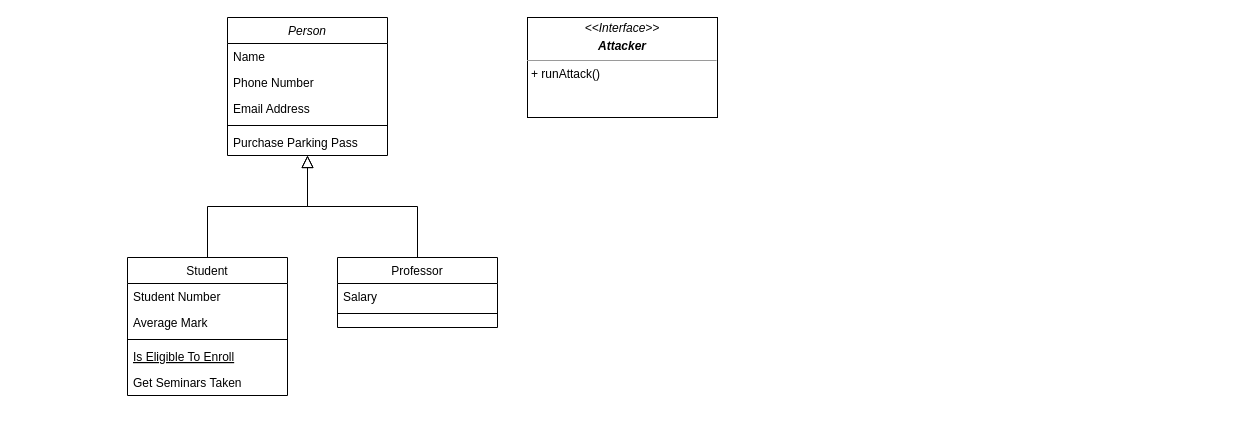
The draw.io diagram Untitled Diagram.drawio in connormc1010/ZFAC025_Final_Project, before the edit. Source tidied: cells renumbered, new cells numbered last; positions are measured from the earlier drawing's top-left corner, leaving out a move shared by most shapes. Both pictures are drawn from the tidied source at 100%, with x=0, y=0 at pixel (127, 17).
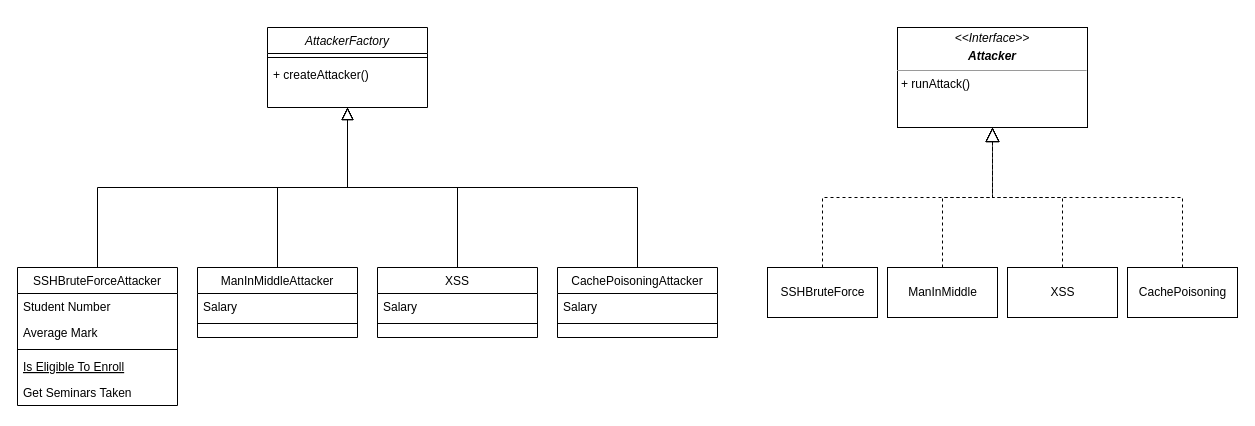
After the change.

Change to the diagram source:
```diff
@@
-    <mxCell id="2" value="Person" style="swimlane;fontStyle=2;align=center;verticalAlign=top;horizontal=1;startSize=26;rounded=0;shadow=0;strokeWidth=1;" parent="1" vertex="1">
-      <mxGeometry x="100" width="160" height="138" as="geometry" />
+    <mxCell id="2" value="AttackerFactory" style="swimlane;fontStyle=2;align=center;verticalAlign=top;horizontal=1;startSize=26;rounded=0;shadow=0;strokeWidth=1;" parent="1" vertex="1">
+      <mxGeometry x="140" y="10" width="160" height="80" as="geometry" />
     </mxCell>
-    <mxCell id="3" value="Name" style="text;align=left;verticalAlign=top;spacingLeft=4;spacingRight=4;overflow=hidden;" parent="2" vertex="1">
-      <mxGeometry y="26" width="160" height="26" as="geometry" />
-    </mxCell>
-    <mxCell id="4" value="Phone Number" style="text;align=left;verticalAlign=top;spacingLeft=4;spacingRight=4;overflow=hidden;rounded=0;shadow=0;html=0;" parent="2" vertex="1">
-      <mxGeometry y="52" width="160" height="26" as="geometry" />
-    </mxCell>
-    <mxCell id="5" value="Email Address" style="text;align=left;verticalAlign=top;spacingLeft=4;spacingRight=4;overflow=hidden;rounded=0;shadow=0;html=0;" parent="2" vertex="1">
-      <mxGeometry y="78" width="160" height="26" as="geometry" />
-    </mxCell>
     <mxCell id="6" style="line;html=1;strokeWidth=1;align=left;verticalAlign=middle;spacingTop=-1;spacingLeft=3;spacingRight=3;labelPosition=right;" parent="2" vertex="1">
-      <mxGeometry y="104" width="160" height="8" as="geometry" />
+      <mxGeometry y="26" width="160" height="8" as="geometry" />
     </mxCell>
-    <mxCell id="7" value="Purchase Parking Pass" style="text;align=left;verticalAlign=top;spacingLeft=4;spacingRight=4;overflow=hidden;" parent="2" vertex="1">
-      <mxGeometry y="112" width="160" height="26" as="geometry" />
+    <mxCell id="7" value="+ createAttacker()" style="text;align=left;verticalAlign=top;spacingLeft=4;spacingRight=4;overflow=hidden;" parent="2" vertex="1">
+      <mxGeometry y="34" width="160" height="26" as="geometry" />
     </mxCell>
-    <mxCell id="8" value="Student" style="swimlane;fontStyle=0;align=center;verticalAlign=top;horizontal=1;startSize=26;rounded=0;shadow=0;strokeWidth=1;" parent="1" vertex="1">
-      <mxGeometry y="240" width="160" height="138" as="geometry" />
+    <mxCell id="8" value="SSHBruteForceAttacker" style="swimlane;fontStyle=0;align=center;verticalAlign=top;horizontal=1;startSize=26;rounded=0;shadow=0;strokeWidth=1;" parent="1" vertex="1">
+      <mxGeometry x="-110" y="250" width="160" height="138" as="geometry" />
     </mxCell>
@@
-    <mxCell id="15" value="Professor" style="swimlane;fontStyle=0;align=center;verticalAlign=top;horizontal=1;startSize=26;rounded=0;shadow=0;strokeWidth=1;" parent="1" vertex="1">
-      <mxGeometry x="210" y="240" width="160" height="70" as="geometry" />
+    <mxCell id="15" value="ManInMiddleAttacker" style="swimlane;fontStyle=0;align=center;verticalAlign=top;horizontal=1;startSize=26;rounded=0;shadow=0;strokeWidth=1;" parent="1" vertex="1">
+      <mxGeometry x="70" y="250" width="160" height="70" as="geometry" />
     </mxCell>
@@
     <mxCell id="19" value="&lt;p style=&quot;margin: 0px ; margin-top: 4px ; text-align: center&quot;&gt;&lt;i&gt;&amp;lt;&amp;lt;Interface&amp;gt;&amp;gt;&lt;/i&gt;&lt;br&gt;&lt;/p&gt;&lt;p style=&quot;margin: 0px ; margin-top: 4px ; text-align: center&quot;&gt;&lt;i&gt;&lt;b&gt;Attacker&lt;/b&gt;&lt;/i&gt;&lt;/p&gt;&lt;hr size=&quot;1&quot;&gt;&lt;p style=&quot;margin: 0px ; margin-left: 4px&quot;&gt;+ runAttack()&lt;br&gt;&lt;/p&gt;" style="verticalAlign=top;align=left;overflow=fill;fontSize=12;fontFamily=Helvetica;html=1;" parent="1" vertex="1">
-      <mxGeometry x="400" width="190" height="100" as="geometry" />
+      <mxGeometry x="770" y="10" width="190" height="100" as="geometry" />
     </mxCell>
+    <mxCell id="20" value="SSHBruteForce" style="html=1;" parent="1" vertex="1">
+      <mxGeometry x="640" y="250" width="110" height="50" as="geometry" />
+    </mxCell>
+    <mxCell id="21" value="ManInMiddle" style="html=1;" parent="1" vertex="1">
+      <mxGeometry x="760" y="250" width="110" height="50" as="geometry" />
+    </mxCell>
+    <mxCell id="22" value="XSS" style="html=1;" parent="1" vertex="1">
+      <mxGeometry x="880" y="250" width="110" height="50" as="geometry" />
+    </mxCell>
+    <mxCell id="23" value="XSS" style="swimlane;fontStyle=0;align=center;verticalAlign=top;horizontal=1;startSize=26;rounded=0;shadow=0;strokeWidth=1;" parent="1" vertex="1">
+      <mxGeometry x="250" y="250" width="160" height="70" as="geometry" />
+    </mxCell>
+    <mxCell id="24" value="Salary" style="text;align=left;verticalAlign=top;spacingLeft=4;spacingRight=4;overflow=hidden;" parent="23" vertex="1">
+      <mxGeometry y="26" width="160" height="26" as="geometry" />
+    </mxCell>
+    <mxCell id="25" style="line;html=1;strokeWidth=1;align=left;verticalAlign=middle;spacingTop=-1;spacingLeft=3;spacingRight=3;labelPosition=right;" parent="23" vertex="1">
+      <mxGeometry y="52" width="160" height="8" as="geometry" />
+    </mxCell>
+    <mxCell id="26" value="CachePoisoning" style="html=1;" parent="1" vertex="1">
+      <mxGeometry x="1000" y="250" width="110" height="50" as="geometry" />
+    </mxCell>
+    <mxCell id="27" value="CachePoisoningAttacker" style="swimlane;fontStyle=0;align=center;verticalAlign=top;horizontal=1;startSize=26;rounded=0;shadow=0;strokeWidth=1;" parent="1" vertex="1">
+      <mxGeometry x="430" y="250" width="160" height="70" as="geometry" />
+    </mxCell>
+    <mxCell id="28" value="Salary" style="text;align=left;verticalAlign=top;spacingLeft=4;spacingRight=4;overflow=hidden;" parent="27" vertex="1">
+      <mxGeometry y="26" width="160" height="26" as="geometry" />
+    </mxCell>
+    <mxCell id="29" style="line;html=1;strokeWidth=1;align=left;verticalAlign=middle;spacingTop=-1;spacingLeft=3;spacingRight=3;labelPosition=right;" parent="27" vertex="1">
+      <mxGeometry y="52" width="160" height="8" as="geometry" />
+    </mxCell>
+    <mxCell id="30" style="endArrow=block;dashed=1;endFill=0;endSize=12;html=1;rounded=0;exitX=0.5;exitY=0;exitDx=0;exitDy=0;entryX=0.5;entryY=1;entryDx=0;entryDy=0;edgeStyle=orthogonalEdgeStyle;" parent="1" edge="1" source="20" target="19">
+      <mxGeometry relative="1" as="geometry" />
+    </mxCell>
+    <mxCell id="31" style="endArrow=block;dashed=1;endFill=0;endSize=12;html=1;rounded=0;entryX=0.5;entryY=1;entryDx=0;entryDy=0;edgeStyle=orthogonalEdgeStyle;" parent="1" edge="1" source="21" target="19">
+      <mxGeometry relative="1" as="geometry" />
+    </mxCell>
+    <mxCell id="32" style="endArrow=block;dashed=1;endFill=0;endSize=12;html=1;rounded=0;exitX=0.5;exitY=0;exitDx=0;exitDy=0;entryX=0.5;entryY=1;entryDx=0;entryDy=0;edgeStyle=orthogonalEdgeStyle;" parent="1" edge="1" source="22" target="19">
+      <mxGeometry relative="1" as="geometry" />
+    </mxCell>
+    <mxCell id="33" style="endArrow=block;dashed=1;endFill=0;endSize=12;html=1;rounded=0;exitX=0.5;exitY=0;exitDx=0;exitDy=0;entryX=0.5;entryY=1;entryDx=0;entryDy=0;edgeStyle=orthogonalEdgeStyle;" parent="1" edge="1" source="26" target="19">
+      <mxGeometry relative="1" as="geometry" />
+    </mxCell>
+    <mxCell id="34" style="endArrow=block;endSize=10;endFill=0;shadow=0;strokeWidth=1;rounded=0;edgeStyle=elbowEdgeStyle;elbow=vertical;exitX=0.5;exitY=0;exitDx=0;exitDy=0;entryX=0.5;entryY=1;entryDx=0;entryDy=0;" parent="1" edge="1" source="23" target="2">
+      <mxGeometry relative="1" as="geometry" />
+    </mxCell>
+    <mxCell id="35" style="endArrow=block;endSize=10;endFill=0;shadow=0;strokeWidth=1;rounded=0;edgeStyle=elbowEdgeStyle;elbow=vertical;exitX=0.5;exitY=0;exitDx=0;exitDy=0;entryX=0.5;entryY=1;entryDx=0;entryDy=0;" parent="1" edge="1" source="27" target="2">
+      <mxGeometry relative="1" as="geometry" />
+    </mxCell>
```
